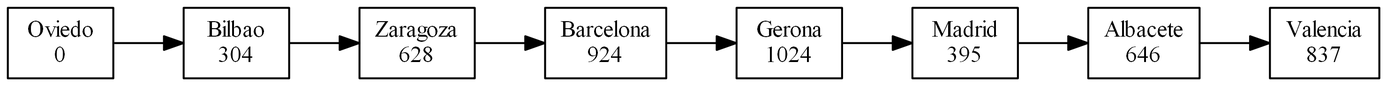
Earlier version of the Graphviz export [EDD]Proyecto2/Lista_Rutas1.png (Pegre369/-EDD-Proyecto2_201701187_201706357). Its source is kept beside it as [EDD]Proyecto2/Lista_Rutas1.dot.
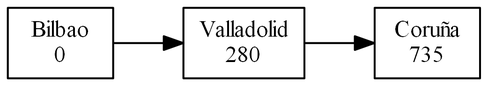
The same diagram one commit later.

The edit, as a diff of the source:
```diff
@@ -2,28 +2,13 @@
  rankdir=LR
  node[shape=box];
 graph [ dpi = 300 ];
-Oviedo[ label = "Oviedo
+Bilbao[ label = "Bilbao
 0", fontsize=12];
-Bilbao[ label = "Bilbao
-304", fontsize=12];
-Zaragoza[ label = "Zaragoza
-628", fontsize=12];
-Barcelona[ label = "Barcelona
-924", fontsize=12];
-Gerona[ label = "Gerona
-1024", fontsize=12];
-Madrid[ label = "Madrid
-395", fontsize=12];
-Albacete[ label = "Albacete
-646", fontsize=12];
-Valencia[ label = "Valencia
-837", fontsize=12];
-Oviedo->Bilbao;
-Bilbao->Zaragoza;
-Zaragoza->Barcelona;
-Barcelona->Gerona;
-Gerona->Madrid;
-Madrid->Albacete;
-Albacete->Valencia;
+Valladolid[ label = "Valladolid
+280", fontsize=12];
+Coruña[ label = "Coruña
+735", fontsize=12];
+Bilbao->Valladolid;
+Valladolid->Coruña;
 
 }
```
